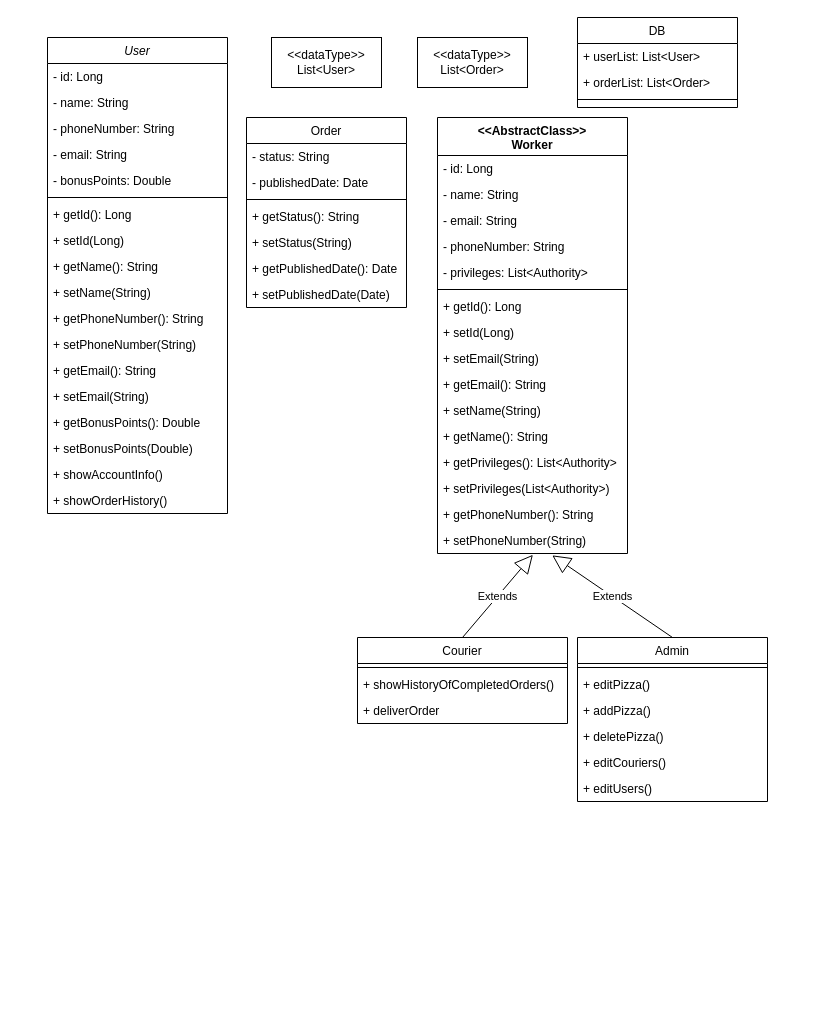
Earlier version of the draw.io diagram ДиаграммаКлассов.drawio (hard-gainer/UML). Source tidied: cells renumbered, new cells numbered last; positions are measured from the earlier drawing's top-left corner, leaving out a move shared by most shapes. Both pictures are drawn from the tidied source at 100%, with x=0, y=0 at pixel (47, 17).
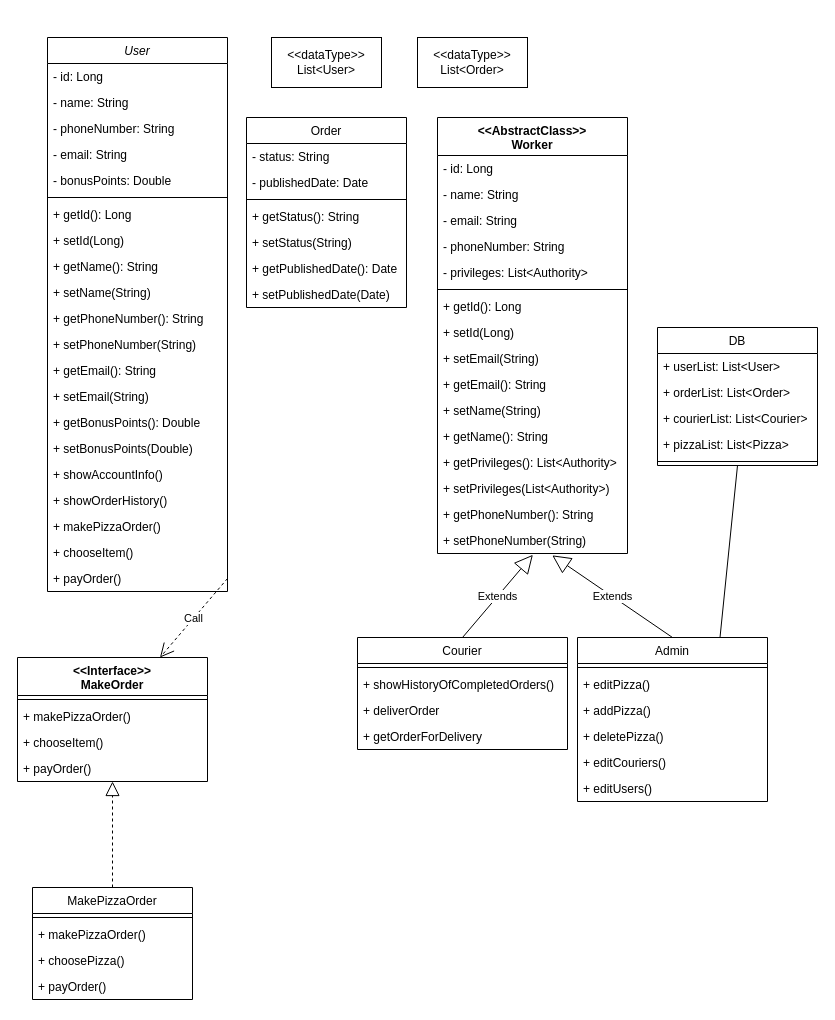
The same page after the edit.

The change refers to these unchanged cells:
```xml
<mxCell id="56" value="Admin" style="swimlane;fontStyle=0;align=center;verticalAlign=top;horizontal=1;startSize=26;rounded=0;shadow=0;strokeWidth=1;" parent="1" vertex="1">
  <mxGeometry x="530" y="620" width="190" height="164" as="geometry" />
</mxCell>
```

Change to the diagram source:
```diff
@@
     <mxCell id="2" value="User" style="swimlane;fontStyle=2;align=center;verticalAlign=top;horizontal=1;startSize=26;rounded=0;shadow=0;strokeWidth=1;" parent="1" vertex="1">
-      <mxGeometry y="20" width="180" height="476" as="geometry" />
+      <mxGeometry y="20" width="180" height="554" as="geometry" />
     </mxCell>
@@
+    <mxCell id="65" value="+ makePizzaOrder()" style="text;align=left;verticalAlign=top;spacingLeft=4;spacingRight=4;overflow=hidden;" parent="2" vertex="1">
+      <mxGeometry y="476" width="180" height="26" as="geometry" />
+    </mxCell>
+    <mxCell id="66" value="+ chooseItem()" style="text;align=left;verticalAlign=top;spacingLeft=4;spacingRight=4;overflow=hidden;" parent="2" vertex="1">
+      <mxGeometry y="502" width="180" height="26" as="geometry" />
+    </mxCell>
+    <mxCell id="67" value="+ payOrder()" style="text;align=left;verticalAlign=top;spacingLeft=4;spacingRight=4;overflow=hidden;points=[[0,0.5],[1,0.5]];portConstraint=eastwest;" parent="2" vertex="1">
+      <mxGeometry y="528" width="180" height="26" as="geometry" />
+    </mxCell>
     <mxCell id="21" value="DB" style="swimlane;fontStyle=0;align=center;verticalAlign=top;horizontal=1;startSize=26;rounded=0;shadow=0;strokeWidth=1;" parent="1" vertex="1">
-      <mxGeometry x="530" width="160" height="90" as="geometry" />
+      <mxGeometry x="610" y="310" width="160" height="138" as="geometry" />
     </mxCell>
@@
+    <mxCell id="68" value="+ courierList: List&lt;Courier&gt;" style="text;align=left;verticalAlign=top;spacingLeft=4;spacingRight=4;overflow=hidden;" parent="21" vertex="1">
+      <mxGeometry y="78" width="160" height="26" as="geometry" />
+    </mxCell>
+    <mxCell id="69" value="+ pizzaList: List&lt;Pizza&gt;" style="text;align=left;verticalAlign=top;spacingLeft=4;spacingRight=4;overflow=hidden;" parent="21" vertex="1">
+      <mxGeometry y="104" width="160" height="26" as="geometry" />
+    </mxCell>
     <mxCell id="24" style="line;html=1;strokeWidth=1;align=left;verticalAlign=middle;spacingTop=-1;spacingLeft=3;spacingRight=3;labelPosition=right;" parent="21" vertex="1">
-      <mxGeometry y="78" width="160" height="8" as="geometry" />
+      <mxGeometry y="130" width="160" height="8" as="geometry" />
     </mxCell>
@@
     <mxCell id="52" value="Courier" style="swimlane;fontStyle=0;align=center;verticalAlign=top;horizontal=1;startSize=26;rounded=0;shadow=0;strokeWidth=1;" parent="1" vertex="1">
-      <mxGeometry x="310" y="620" width="210" height="86" as="geometry" />
+      <mxGeometry x="310" y="620" width="210" height="112" as="geometry" />
     </mxCell>
@@
+    <mxCell id="70" value="+ getOrderForDelivery" style="text;align=left;verticalAlign=top;spacingLeft=4;spacingRight=4;overflow=hidden;" parent="52" vertex="1">
+      <mxGeometry y="86" width="210" height="26" as="geometry" />
+    </mxCell>
@@
+    <mxCell id="71" value="&lt;div&gt;&amp;lt;&amp;lt;Interface&amp;gt;&amp;gt;&lt;/div&gt;&lt;div&gt;MakeOrder&lt;/div&gt;" style="swimlane;fontStyle=1;align=center;verticalAlign=top;horizontal=1;startSize=38;whiteSpace=wrap;html=1;" parent="1" vertex="1">
+      <mxGeometry x="-30" y="640" width="190" height="124" as="geometry" />
+    </mxCell>
+    <mxCell id="72" style="line;strokeWidth=1;fillColor=none;align=left;verticalAlign=middle;spacingTop=-1;spacingLeft=3;spacingRight=3;labelPosition=right;strokeColor=inherit;" parent="71" vertex="1">
+      <mxGeometry y="38" width="190" height="8" as="geometry" />
+    </mxCell>
+    <mxCell id="73" value="+ makePizzaOrder()" style="text;align=left;verticalAlign=top;spacingLeft=4;spacingRight=4;overflow=hidden;" parent="71" vertex="1">
+      <mxGeometry y="46" width="190" height="26" as="geometry" />
+    </mxCell>
+    <mxCell id="74" value="+ chooseItem()" style="text;align=left;verticalAlign=top;spacingLeft=4;spacingRight=4;overflow=hidden;" parent="71" vertex="1">
+      <mxGeometry y="72" width="190" height="26" as="geometry" />
+    </mxCell>
+    <mxCell id="75" value="+ payOrder()" style="text;align=left;verticalAlign=top;spacingLeft=4;spacingRight=4;overflow=hidden;" parent="71" vertex="1">
+      <mxGeometry y="98" width="190" height="26" as="geometry" />
+    </mxCell>
+    <mxCell id="76" value="MakePizzaOrder" style="swimlane;fontStyle=0;align=center;verticalAlign=top;horizontal=1;startSize=26;rounded=0;shadow=0;strokeWidth=1;" parent="1" vertex="1">
+      <mxGeometry x="-15" y="870" width="160" height="112" as="geometry" />
+    </mxCell>
+    <mxCell id="77" style="line;html=1;strokeWidth=1;align=left;verticalAlign=middle;spacingTop=-1;spacingLeft=3;spacingRight=3;labelPosition=right;" parent="76" vertex="1">
+      <mxGeometry y="26" width="160" height="8" as="geometry" />
+    </mxCell>
+    <mxCell id="78" value="+ makePizzaOrder()" style="text;align=left;verticalAlign=top;spacingLeft=4;spacingRight=4;overflow=hidden;" parent="76" vertex="1">
+      <mxGeometry y="34" width="160" height="26" as="geometry" />
+    </mxCell>
+    <mxCell id="79" value="+ choosePizza()" style="text;align=left;verticalAlign=top;spacingLeft=4;spacingRight=4;overflow=hidden;" parent="76" vertex="1">
+      <mxGeometry y="60" width="160" height="26" as="geometry" />
+    </mxCell>
+    <mxCell id="80" value="+ payOrder()" style="text;align=left;verticalAlign=top;spacingLeft=4;spacingRight=4;overflow=hidden;" parent="76" vertex="1">
+      <mxGeometry y="86" width="160" height="26" as="geometry" />
+    </mxCell>
+    <mxCell id="81" style="endArrow=block;dashed=1;endFill=0;endSize=12;html=1;rounded=0;exitX=0.5;exitY=0;exitDx=0;exitDy=0;entryX=0.5;entryY=1;entryDx=0;entryDy=0;" parent="1" edge="1" source="76" target="71">
+      <mxGeometry relative="1" as="geometry" />
+    </mxCell>
+    <mxCell id="82" style="endArrow=none;html=1;rounded=0;exitX=0.75;exitY=0;exitDx=0;exitDy=0;entryX=0.5;entryY=1;entryDx=0;entryDy=0;" parent="1" edge="1" source="56" target="21">
+      <mxGeometry relative="1" as="geometry" />
+    </mxCell>
+    <mxCell id="83" value="Call" style="endArrow=open;endSize=12;dashed=1;html=1;rounded=0;exitX=1;exitY=0.5;exitDx=0;exitDy=0;entryX=0.75;entryY=0;entryDx=0;entryDy=0;" parent="1" edge="1" source="67" target="71">
+      <mxGeometry relative="1" as="geometry" />
+    </mxCell>
```
